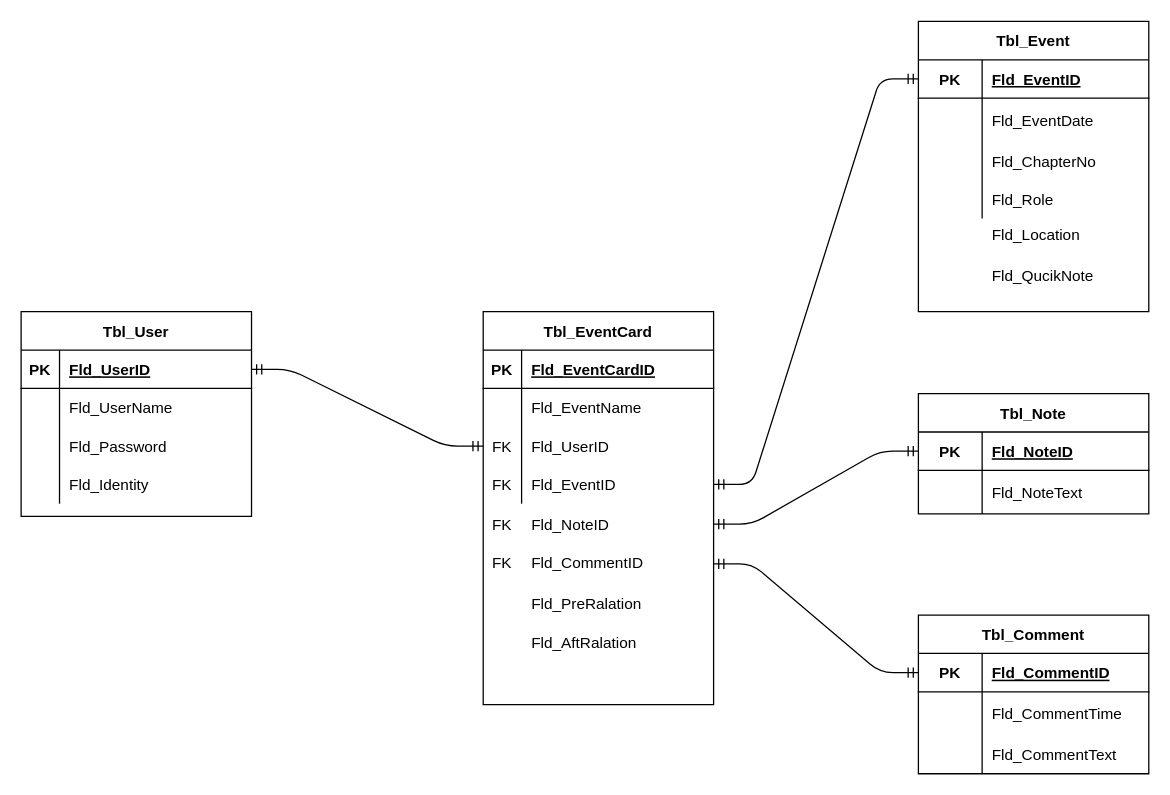
Fei-D20/D20_2nd_semester_final_exam_project keeps this draw.io diagram as Document/Diagram/DatabaseDiagram/DatabaseDiagram.drawio. Above is the earlier version. Source tidied: cells renumbered, new cells numbered last; positions are measured from the earlier drawing's top-left corner, leaving out a move shared by most shapes. Both pictures are drawn from the tidied source at 128%, with x=0, y=0 at pixel (20, 20).
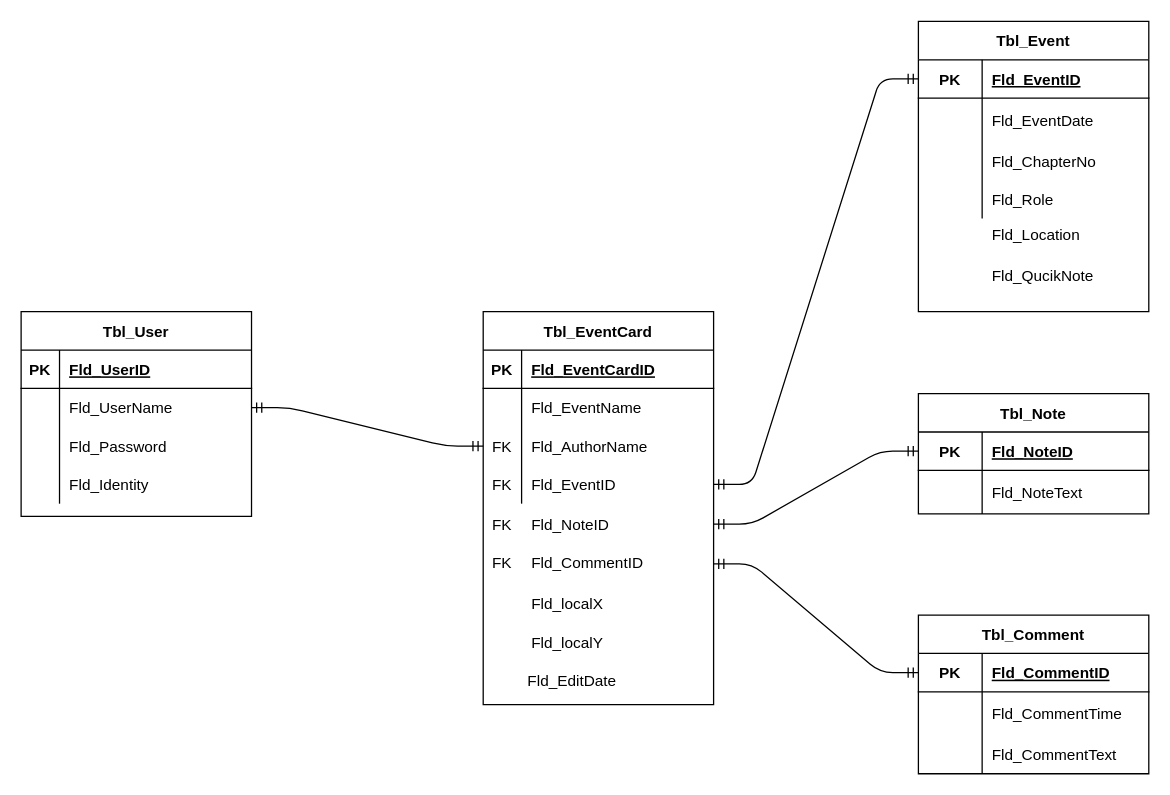
The same diagram, later.

Unchanged cells that the change refers to:
```xml
<mxCell id="3" style="shape=partialRectangle;fillColor=none;top=0;left=0;bottom=1;right=0;points=[[0,0.5],[1,0.5]];portConstraint=eastwest;" parent="2" vertex="1">
  <mxGeometry y="30" width="180" height="30" as="geometry" />
</mxCell>
<mxCell id="6" style="shape=partialRectangle;fillColor=none;top=0;left=0;bottom=0;right=0;points=[[0,0.5],[1,0.5]];portConstraint=eastwest;" parent="2" vertex="1">
  <mxGeometry y="60" width="180" height="30" as="geometry" />
</mxCell>
<mxCell id="53" style="group;" parent="1" vertex="1">
  <mxGeometry x="361" y="227" width="180" height="307" as="geometry" />
</mxCell>
<mxCell id="61" style="shape=partialRectangle;fillColor=none;top=0;left=0;bottom=0;right=0;points=[[0,0.5],[1,0.5]];portConstraint=eastwest;" parent="54" vertex="1">
  <mxGeometry y="90" width="180" height="30" as="geometry" />
</mxCell>
```

Change to the diagram source:
```diff
@@
-    <mxCell id="15" style="edgeStyle=entityRelationEdgeStyle;fontSize=12;html=1;endArrow=ERmandOne;startArrow=ERmandOne;" parent="1" edge="1" source="3" target="61">
+    <mxCell id="15" style="edgeStyle=entityRelationEdgeStyle;fontSize=12;html=1;endArrow=ERmandOne;startArrow=ERmandOne;exitX=1;exitY=0.5;exitDx=0;exitDy=0;" parent="1" edge="1" source="6" target="61">
       <mxGeometry relative="1" as="geometry" />
     </mxCell>
@@
-    <mxCell id="63" value="Fld_UserID" style="shape=partialRectangle;fillColor=none;top=0;left=0;bottom=0;right=0;align=left;spacingLeft=6;overflow=hidden;" parent="61" vertex="1">
+    <mxCell id="63" value="Fld_AuthorName" style="shape=partialRectangle;fillColor=none;top=0;left=0;bottom=0;right=0;align=left;spacingLeft=6;overflow=hidden;" parent="61" vertex="1">
       <mxGeometry x="30" width="150" height="30" as="geometry" />
     </mxCell>
@@
-    <mxCell id="72" value="Fld_PreRalation" style="shape=partialRectangle;fillColor=none;top=0;left=0;bottom=0;right=0;align=left;spacingLeft=6;overflow=hidden;" parent="53" vertex="1">
+    <mxCell id="72" value="Fld_localX" style="shape=partialRectangle;fillColor=none;top=0;left=0;bottom=0;right=0;align=left;spacingLeft=6;overflow=hidden;" parent="53" vertex="1">
       <mxGeometry x="30" y="213" width="150" height="30" as="geometry" />
     </mxCell>
-    <mxCell id="73" value="Fld_AftRalation" style="shape=partialRectangle;fillColor=none;top=0;left=0;bottom=0;right=0;align=left;spacingLeft=6;overflow=hidden;" parent="53" vertex="1">
+    <mxCell id="73" value="Fld_localY" style="shape=partialRectangle;fillColor=none;top=0;left=0;bottom=0;right=0;align=left;spacingLeft=6;overflow=hidden;" parent="53" vertex="1">
       <mxGeometry x="30" y="243" width="150" height="30" as="geometry" />
     </mxCell>
+    <mxCell id="74" value="Fld_EditDate" style="shape=partialRectangle;fillColor=none;top=0;left=0;bottom=0;right=0;align=left;spacingLeft=6;overflow=hidden;" parent="53" vertex="1">
+      <mxGeometry x="27" y="273" width="150" height="30" as="geometry" />
+    </mxCell>
```
